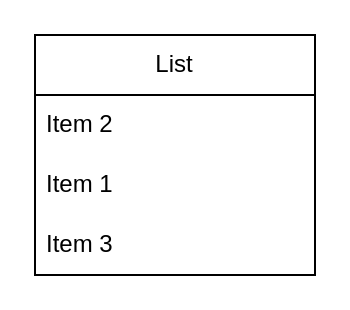
largodav/MiDAI keeps this draw.io diagram as Codigo/pruebas/Bd_MiDAI.drawio. Above is the earlier version. Source tidied: cells renumbered, new cells numbered last; positions are measured from the earlier drawing's top-left corner, leaving out a move shared by most shapes. Both pictures are drawn from the tidied source at 200%, with x=0, y=0 at pixel (34, 34).
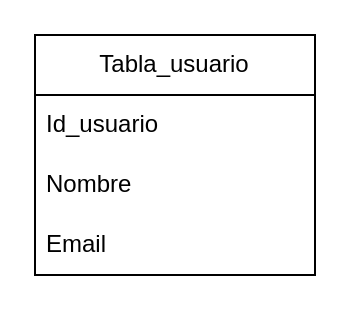
After the change.

The edit, as a diff of the source:
```diff
@@
 <mxGraphModel>
   <root>
     <mxCell id="0" />
     <mxCell id="1" parent="0" />
-    <mxCell id="2" value="List" style="swimlane;fontStyle=0;horizontal=1;startSize=30;whiteSpace=wrap;html=1;" parent="1" vertex="1">
+    <mxCell id="2" value="Tabla_usuario" style="swimlane;fontStyle=0;horizontal=1;startSize=30;whiteSpace=wrap;html=1;" parent="1" vertex="1">
       <mxGeometry width="140" height="120" as="geometry" />
     </mxCell>
-    <mxCell id="3" value="Item 2" style="text;strokeColor=none;fillColor=none;align=left;verticalAlign=middle;spacingLeft=4;spacingRight=4;overflow=hidden;whiteSpace=wrap;html=1;" parent="2" vertex="1">
+    <mxCell id="3" value="Id_usuario" style="text;strokeColor=none;fillColor=none;align=left;verticalAlign=middle;spacingLeft=4;spacingRight=4;overflow=hidden;whiteSpace=wrap;html=1;" parent="2" vertex="1">
       <mxGeometry y="30" width="140" height="30" as="geometry" />
     </mxCell>
-    <mxCell id="4" value="Item 1" style="text;strokeColor=none;fillColor=none;align=left;verticalAlign=middle;spacingLeft=4;spacingRight=4;overflow=hidden;whiteSpace=wrap;html=1;" parent="2" vertex="1">
+    <mxCell id="4" value="Nombre" style="text;strokeColor=none;fillColor=none;align=left;verticalAlign=middle;spacingLeft=4;spacingRight=4;overflow=hidden;whiteSpace=wrap;html=1;" parent="2" vertex="1">
       <mxGeometry y="60" width="140" height="30" as="geometry" />
     </mxCell>
-    <mxCell id="5" value="Item 3" style="text;strokeColor=none;fillColor=none;align=left;verticalAlign=middle;spacingLeft=4;spacingRight=4;overflow=hidden;whiteSpace=wrap;html=1;" parent="2" vertex="1">
+    <mxCell id="5" value="Email" style="text;strokeColor=none;fillColor=none;align=left;verticalAlign=middle;spacingLeft=4;spacingRight=4;overflow=hidden;whiteSpace=wrap;html=1;" parent="2" vertex="1">
       <mxGeometry y="90" width="140" height="30" as="geometry" />
     </mxCell>
   </root>
 </mxGraphModel>
```
